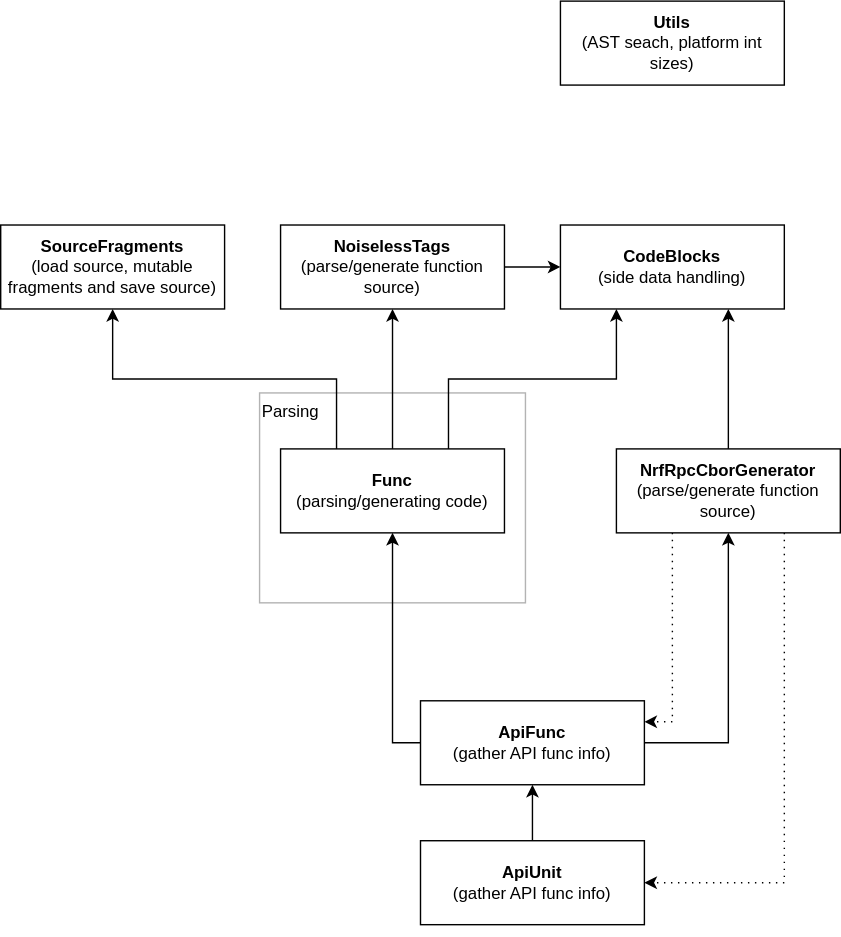
This is Arch.drawio.svg from doki-nordic/nrf_rpc_generator, a draw.io export, as it was before one commit. Source tidied: cells renumbered, new cells last; positions are measured from the earlier drawing's top-left corner, leaving out a move shared by most shapes.
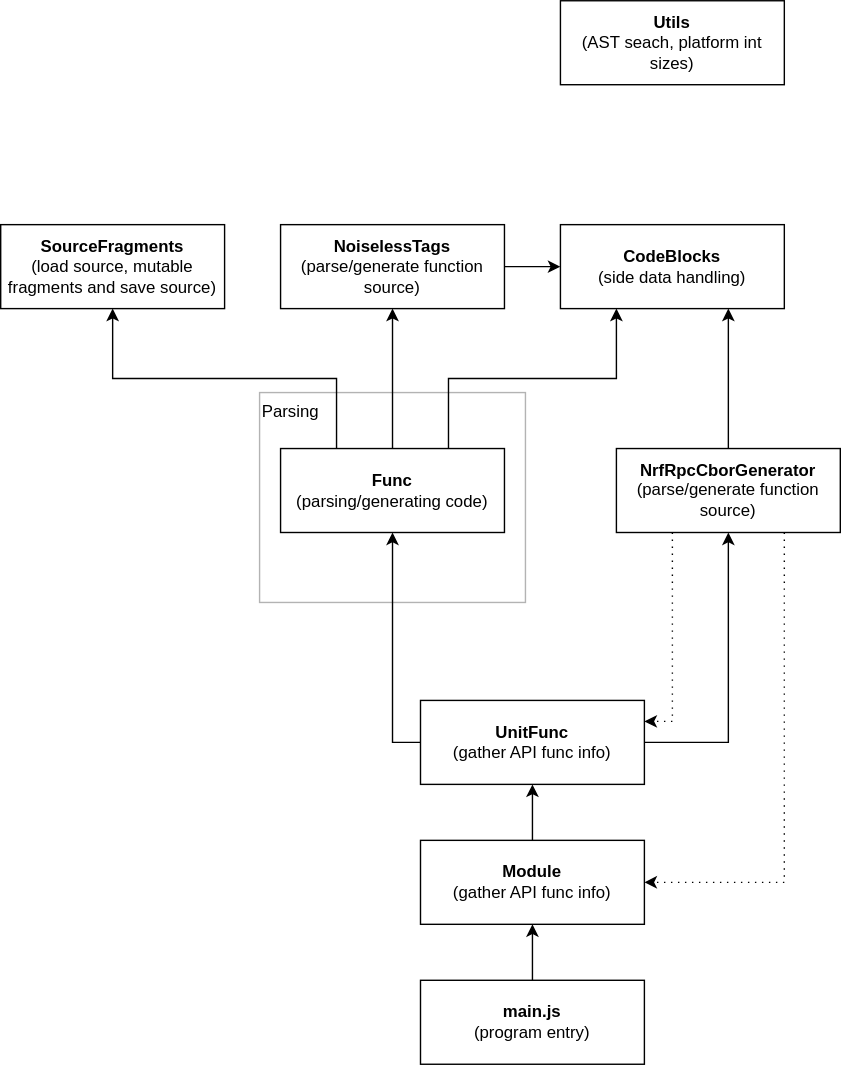
After the change.

The edit, as a diff of the source:
```diff
@@ -47,7 +47,7 @@
     <mxCell id="16" style="edgeStyle=orthogonalEdgeStyle;rounded=0;jettySize=auto;html=1;exitX=1;exitY=0.5;exitDx=0;exitDy=0;entryX=0.5;entryY=1;entryDx=0;entryDy=0;" parent="1" edge="1" source="17" target="8">
       <mxGeometry relative="1" as="geometry" />
     </mxCell>
-    <mxCell id="17" value="&lt;b&gt;ApiFunc&lt;/b&gt;&lt;br&gt;(gather API func info)" style="rounded=0;whiteSpace=wrap;html=1;" parent="1" vertex="1">
+    <mxCell id="17" value="&lt;b&gt;UnitFunc&lt;/b&gt;&lt;br&gt;(gather API func info)" style="rounded=0;whiteSpace=wrap;html=1;" parent="1" vertex="1">
       <mxGeometry x="300" y="500" width="160" height="60" as="geometry" />
     </mxCell>
     <mxCell id="18" value="&lt;b&gt;Utils&lt;/b&gt;&lt;br&gt;(AST seach, platform int sizes)" style="rounded=0;whiteSpace=wrap;html=1;" parent="1" vertex="1">
@@ -56,11 +56,17 @@
     <mxCell id="19" style="edgeStyle=orthogonalEdgeStyle;rounded=0;jettySize=auto;html=1;exitX=0.5;exitY=0;exitDx=0;exitDy=0;entryX=0.5;entryY=1;entryDx=0;entryDy=0;" parent="1" edge="1" source="20" target="17">
       <mxGeometry relative="1" as="geometry" />
     </mxCell>
-    <mxCell id="20" value="&lt;b&gt;ApiUnit&lt;/b&gt;&lt;br&gt;(gather API func info)" style="rounded=0;whiteSpace=wrap;html=1;" parent="1" vertex="1">
+    <mxCell id="20" value="&lt;b&gt;Module&lt;/b&gt;&lt;br&gt;(gather API func info)" style="rounded=0;whiteSpace=wrap;html=1;" parent="1" vertex="1">
       <mxGeometry x="300" y="600" width="160" height="60" as="geometry" />
     </mxCell>
     <mxCell id="21" style="edgeStyle=orthogonalEdgeStyle;rounded=0;orthogonalLoop=1;jettySize=auto;html=1;exitX=0.5;exitY=1;exitDx=0;exitDy=0;" parent="1" edge="1" source="20" target="20">
       <mxGeometry relative="1" as="geometry" />
     </mxCell>
+    <mxCell id="22" style="edgeStyle=orthogonalEdgeStyle;rounded=0;jettySize=auto;html=1;exitX=0.5;exitY=0;exitDx=0;exitDy=0;entryX=0.5;entryY=1;entryDx=0;entryDy=0;" parent="1" edge="1" source="23" target="20">
+      <mxGeometry relative="1" as="geometry" />
+    </mxCell>
+    <mxCell id="23" value="&lt;b&gt;main.js&lt;/b&gt;&lt;br&gt;(program entry)" style="rounded=0;whiteSpace=wrap;html=1;" parent="1" vertex="1">
+      <mxGeometry x="300" y="700" width="160" height="60" as="geometry" />
+    </mxCell>
   </root>
 </mxGraphModel>
```
